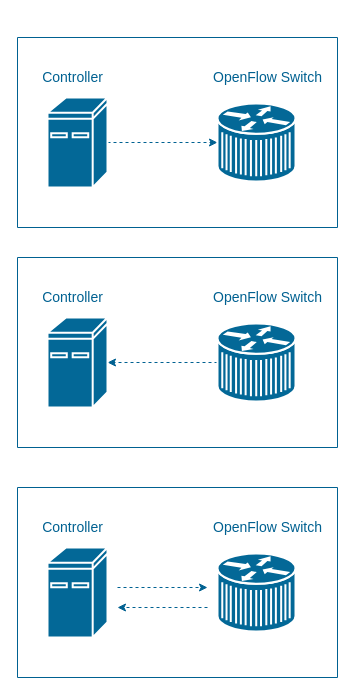
Before: page "message" (6 of 6) of SDN.drawio in waterwatermelon/graph, a draw.io diagram. Source tidied: cells renumbered, new cells numbered last; positions are measured from the earlier drawing's top-left corner, leaving out a move shared by most shapes. Both pictures are drawn from the tidied source at 100%, with x=0, y=0 at pixel (17, 37).
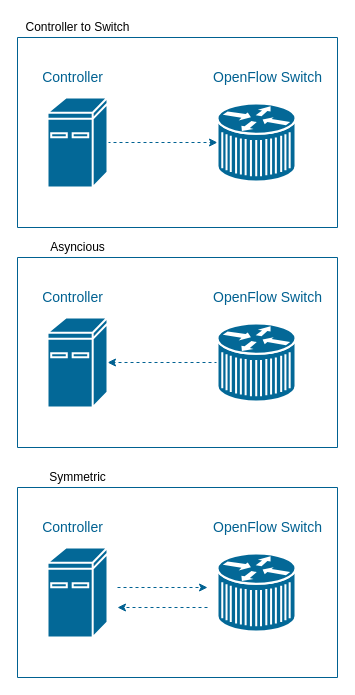
The same page after the edit.

Diff of the diagram source:
```diff
@@
+    <mxCell id="21" value="Controller to Switch" style="text;html=1;align=center;verticalAlign=middle;" parent="1" vertex="1">
+      <mxGeometry y="-20" width="120" height="20" as="geometry" />
+    </mxCell>
+    <mxCell id="22" value="Asyncious" style="text;html=1;align=center;verticalAlign=middle;" parent="1" vertex="1">
+      <mxGeometry x="25" y="200" width="70" height="20" as="geometry" />
+    </mxCell>
+    <mxCell id="23" value="Symmetric" style="text;html=1;align=center;verticalAlign=middle;" parent="1" vertex="1">
+      <mxGeometry x="25" y="430" width="70" height="20" as="geometry" />
+    </mxCell>
```
